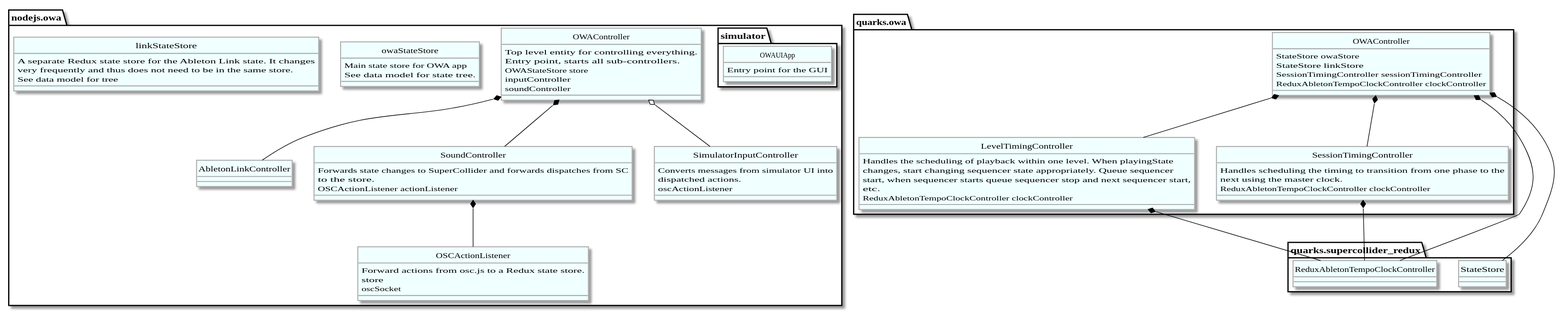
Before: docs/architecture_overview.svg, a diagram exported from PlantUML (awakeningio/owa).
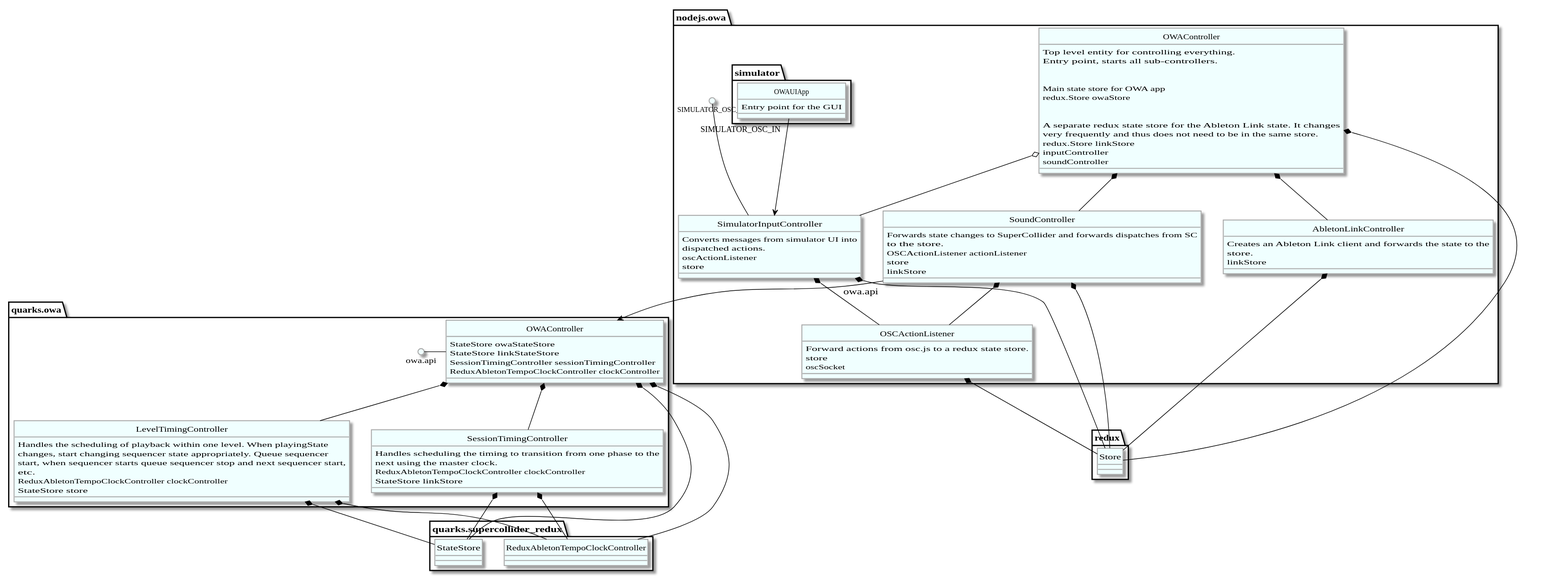
Above is the later version.

Commit message:
trying to implement starting and stopping sequencers,

Change to the diagram source:
```diff
@@ -44,11 +44,18 @@
   class OWAController {
     Top level entity for controlling everything.
     Entry point, starts all sub-controllers.
+    \n
+    Main state store for OWA app
+    redux.Store owaStore
+    \n
+    A separate redux state store for the Ableton Link state.  It changes
+    very frequently and thus does not need to be in the same store.
+    redux.Store linkStore
 
-    OWAStateStore store
     inputController
     soundController
   }
+  OWAController *-- redux.Store
 
   class SimulatorInputController {
 
@@ -56,71 +63,76 @@
     dispatched actions.
 
     oscActionListener
+    store
   }
   OWAController o-- SimulatorInputController
+  SIMULATOR_OSC_IN ()-- SimulatorInputController
+  SimulatorInputController *-- OSCActionListener
+  SimulatorInputController *-- redux.Store
 
 
-
-  class owaStateStore {
-    Main state store for OWA app
-
-    See data model for state tree.
-  }
-
-  class linkStateStore {
-    A separate Redux state store for the Ableton Link state.  It changes
-    very frequently and thus does not need to be in the same store.
-
-    See data model for tree
-  }
-
   class OSCActionListener {
-    Forward actions from osc.js to a Redux state store.
+    Forward actions from osc.js to a redux state store.
 
     store
     oscSocket
   }
+  OSCActionListener *-- redux.Store
 
-  class AbletonLinkController
+  class AbletonLinkController {
+    Creates an Ableton Link client and forwards the state to the
+    store.
+
+    linkStore
+  }
   OWAController *-- AbletonLinkController
+  AbletonLinkController *-- redux.Store
+
   class SoundController {
     Forwards state changes to SuperCollider and forwards dispatches from SC
     to the store.
 
     OSCActionListener actionListener
+    store
+    linkStore
   }
   OWAController *-- SoundController
   SoundController *-- OSCActionListener
+  SoundController *-- redux.Store
+  SoundController "owa.api" -down-> quarks.owa.OWAController
 
 
 
   namespace simulator {
     class OWAUIApp {
       Entry point for the GUI
-
     }
+    OWAUIApp "SIMULATOR_OSC_IN" --> nodejs.owa.SimulatorInputController
   }
 
 }
 
 package quarks.owa {
   class OWAController {
-    StateStore owaStore
-    StateStore linkStore
+    StateStore owaStateStore
+    StateStore linkStateStore
     SessionTimingController sessionTimingController
     ReduxAbletonTempoClockController clockController
   }
   OWAController *-- quarks.supercollider_redux.StateStore
   OWAController *-- quarks.supercollider_redux.ReduxAbletonTempoClockController
+  owa.api ()- OWAController
 
   class SessionTimingController {
     Handles scheduling the timing to transition from one phase to the
     next using the master clock.
 
     ReduxAbletonTempoClockController clockController
+    StateStore linkStore
   }
   OWAController *-- SessionTimingController
   SessionTimingController *-- quarks.supercollider_redux.ReduxAbletonTempoClockController
+  SessionTimingController *-- quarks.supercollider_redux.StateStore
 
   class LevelTimingController {
     Handles the scheduling of playback within one level.  When playingState
@@ -129,9 +141,11 @@
     etc.
 
     ReduxAbletonTempoClockController clockController
+    StateStore store
   }
   OWAController *-- LevelTimingController
   LevelTimingController *-- quarks.supercollider_redux.ReduxAbletonTempoClockController
+  LevelTimingController *-- quarks.supercollider_redux.StateStore
 }
 
 
```
